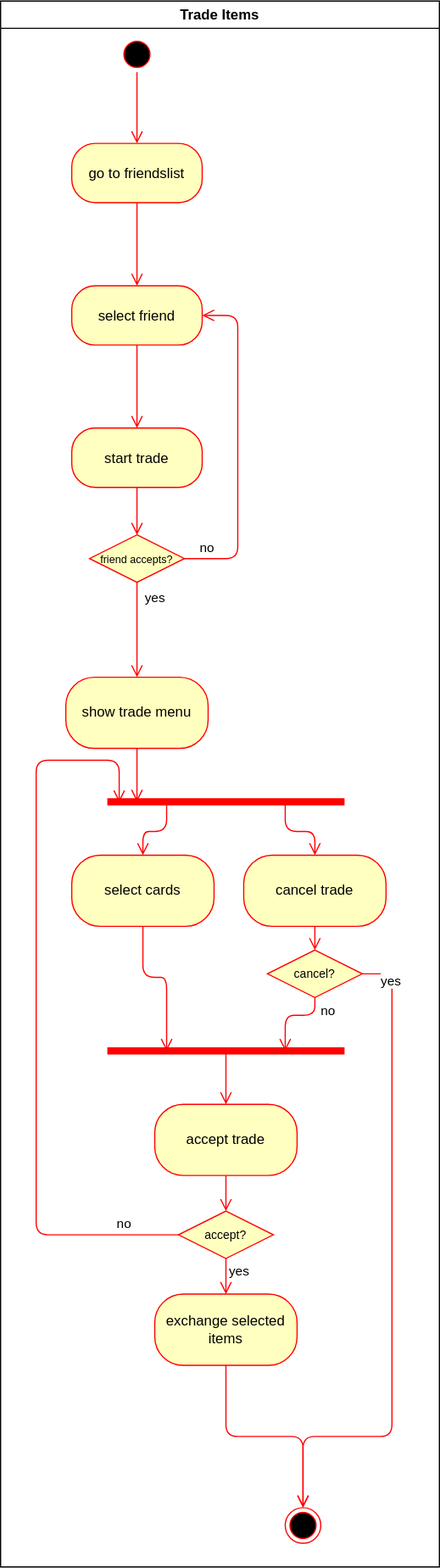
Before: diagrams/activity_trade_items.drawio.svg, a diagram exported from draw.io (i3ene/decksterous). Source tidied: cells renumbered, new cells last; positions are measured from the earlier drawing's top-left corner, leaving out a move shared by most shapes.
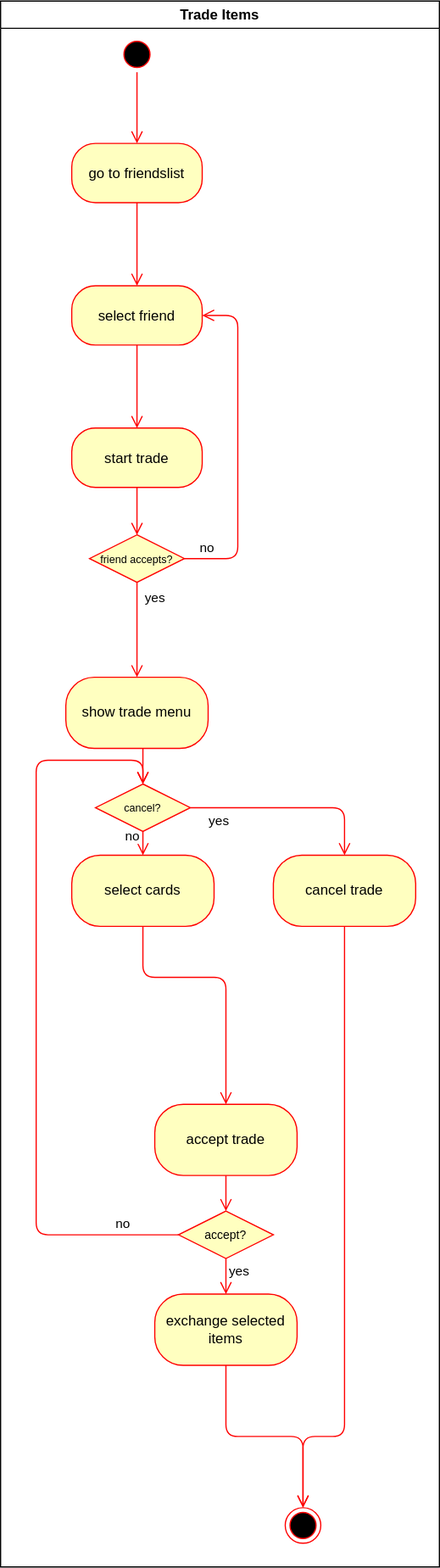
Later version of the same file.

Commit message:
adjusted bars

Diff of the diagram source:
```diff
@@ -57,44 +57,25 @@
     <mxCell id="17" value="show trade menu" style="whiteSpace=wrap;html=1;fillColor=#ffffc0;strokeColor=#ff0000;fontColor=#000000;rounded=1;arcSize=40;" parent="2" vertex="1">
       <mxGeometry x="55" y="570" width="120" height="60" as="geometry" />
     </mxCell>
-    <mxCell id="18" style="shape=line;html=1;strokeWidth=6;strokeColor=#ff0000;" parent="2" vertex="1">
-      <mxGeometry x="90" y="670" width="200" height="10" as="geometry" />
-    </mxCell>
-    <mxCell id="19" style="edgeStyle=none;html=1;endArrow=open;align=left;verticalAlign=top;strokeColor=#ff0000;endSize=8;exitX=0.5;exitY=1;exitDx=0;exitDy=0;entryX=0.125;entryY=0.5;entryDx=0;entryDy=0;entryPerimeter=0;" parent="2" edge="1" source="17" target="18">
-      <mxGeometry relative="1" as="geometry" />
+    <mxCell id="19" style="edgeStyle=none;html=1;endArrow=open;align=left;verticalAlign=top;strokeColor=#ff0000;endSize=8;entryX=0.5;entryY=0;entryDx=0;entryDy=0;" parent="2" edge="1" target="23">
+      <mxGeometry relative="1" as="geometry">
+        <mxPoint x="120" y="630" as="sourcePoint" />
+      </mxGeometry>
     </mxCell>
     <mxCell id="20" value="select cards" style="whiteSpace=wrap;html=1;fillColor=#ffffc0;strokeColor=#ff0000;fontColor=#000000;rounded=1;arcSize=40;" parent="2" vertex="1">
       <mxGeometry x="60" y="720" width="120" height="60" as="geometry" />
     </mxCell>
     <mxCell id="21" value="cancel trade" style="whiteSpace=wrap;html=1;fillColor=#ffffc0;strokeColor=#ff0000;fontColor=#000000;rounded=1;arcSize=40;" parent="2" vertex="1">
-      <mxGeometry x="205" y="720" width="120" height="60" as="geometry" />
+      <mxGeometry x="230" y="720" width="120" height="60" as="geometry" />
     </mxCell>
-    <mxCell id="22" style="shape=line;html=1;strokeWidth=6;strokeColor=#ff0000;" parent="2" vertex="1">
-      <mxGeometry x="90" y="880" width="200" height="10" as="geometry" />
-    </mxCell>
-    <mxCell id="23" value="&lt;span style=&quot;font-size: 10px&quot;&gt;cancel?&lt;/span&gt;" style="rhombus;whiteSpace=wrap;html=1;fillColor=#ffffc0;strokeColor=#ff0000;" parent="2" vertex="1">
-      <mxGeometry x="225" y="800" width="80" height="40" as="geometry" />
-    </mxCell>
-    <mxCell id="24" style="edgeStyle=none;html=1;endArrow=open;align=left;verticalAlign=top;strokeColor=#ff0000;endSize=8;exitX=0.5;exitY=1;exitDx=0;exitDy=0;" parent="2" edge="1" source="21" target="23">
-      <mxGeometry relative="1" as="geometry" />
-    </mxCell>
-    <mxCell id="25" style="edgeStyle=orthogonalEdgeStyle;html=1;verticalAlign=bottom;endArrow=open;endSize=8;strokeColor=#ff0000;exitX=1;exitY=0.5;exitDx=0;exitDy=0;entryX=0.5;entryY=0;entryDx=0;entryDy=0;" parent="2" edge="1" source="23" target="8">
+    <mxCell id="25" style="edgeStyle=orthogonalEdgeStyle;html=1;verticalAlign=bottom;endArrow=open;endSize=8;strokeColor=#ff0000;exitX=0.5;exitY=1;exitDx=0;exitDy=0;entryX=0.5;entryY=0;entryDx=0;entryDy=0;" parent="2" edge="1" source="21" target="8">
       <mxGeometry relative="1" as="geometry">
         <Array as="points">
-          <mxPoint x="330" y="820" />
-          <mxPoint x="330" y="1210" />
+          <mxPoint x="290" y="1210" />
           <mxPoint x="255" y="1210" />
         </Array>
       </mxGeometry>
     </mxCell>
-    <mxCell id="26" value="yes" style="edgeLabel;html=1;align=center;verticalAlign=middle;" parent="25" vertex="1">
-      <mxGeometry x="-0.86" relative="1" as="geometry">
-        <mxPoint x="-2" y="-10" as="offset" />
-      </mxGeometry>
-    </mxCell>
-    <mxCell id="27" style="edgeStyle=none;html=1;endArrow=open;align=left;verticalAlign=top;strokeColor=#ff0000;endSize=8;exitX=0.5;exitY=0.48;exitDx=0;exitDy=0;entryX=0.5;entryY=0;entryDx=0;entryDy=0;exitPerimeter=0;" parent="2" edge="1" source="22" target="28">
-      <mxGeometry relative="1" as="geometry" />
-    </mxCell>
     <mxCell id="28" value="accept trade" style="whiteSpace=wrap;html=1;fillColor=#ffffc0;strokeColor=#ff0000;fontColor=#000000;rounded=1;arcSize=40;" parent="2" vertex="1">
       <mxGeometry x="130" y="930" width="120" height="60" as="geometry" />
     </mxCell>
@@ -104,12 +85,12 @@
     <mxCell id="30" style="edgeStyle=none;html=1;endArrow=open;align=left;verticalAlign=top;strokeColor=#ff0000;endSize=8;exitX=0.5;exitY=1;exitDx=0;exitDy=0;entryX=0.5;entryY=0;entryDx=0;entryDy=0;" parent="2" edge="1" source="28" target="29">
       <mxGeometry relative="1" as="geometry" />
     </mxCell>
-    <mxCell id="31" style="edgeStyle=orthogonalEdgeStyle;html=1;verticalAlign=bottom;endArrow=open;endSize=8;strokeColor=#ff0000;exitX=0;exitY=0.5;exitDx=0;exitDy=0;entryX=0.05;entryY=0.555;entryDx=0;entryDy=0;entryPerimeter=0;" parent="2" edge="1" source="29" target="18">
+    <mxCell id="31" style="edgeStyle=orthogonalEdgeStyle;html=1;verticalAlign=bottom;endArrow=open;endSize=8;strokeColor=#ff0000;exitX=0;exitY=0.5;exitDx=0;exitDy=0;entryX=0.5;entryY=0;entryDx=0;entryDy=0;" parent="2" edge="1" source="29" target="23">
       <mxGeometry relative="1" as="geometry">
         <Array as="points">
           <mxPoint x="30" y="1040" />
           <mxPoint x="30" y="640" />
-          <mxPoint x="100" y="640" />
+          <mxPoint x="120" y="640" />
         </Array>
       </mxGeometry>
     </mxCell>
@@ -129,42 +110,36 @@
         <mxPoint x="10" y="3" as="offset" />
       </mxGeometry>
     </mxCell>
-    <mxCell id="36" style="edgeStyle=orthogonalEdgeStyle;html=1;verticalAlign=bottom;endArrow=open;endSize=8;strokeColor=#ff0000;exitX=0.25;exitY=0.5;exitDx=0;exitDy=0;entryX=0.5;entryY=0;entryDx=0;entryDy=0;exitPerimeter=0;" parent="2" edge="1" source="18" target="20">
-      <mxGeometry relative="1" as="geometry">
-        <Array as="points">
-          <mxPoint x="140" y="700" />
-          <mxPoint x="120" y="700" />
-        </Array>
-      </mxGeometry>
+    <mxCell id="36" style="edgeStyle=orthogonalEdgeStyle;html=1;verticalAlign=bottom;endArrow=open;endSize=8;strokeColor=#ff0000;entryX=0.5;entryY=0;entryDx=0;entryDy=0;" parent="2" edge="1" source="23" target="20">
+      <mxGeometry relative="1" as="geometry" />
     </mxCell>
+    <mxCell id="40" value="no" style="edgeLabel;html=1;align=center;verticalAlign=middle;" parent="36" vertex="1">
+      <mxGeometry x="-0.73" relative="1" as="geometry">
+        <mxPoint x="-10" as="offset" />
+      </mxGeometry>
+    </mxCell>
-    <mxCell id="37" style="edgeStyle=orthogonalEdgeStyle;html=1;verticalAlign=bottom;endArrow=open;endSize=8;strokeColor=#ff0000;exitX=0.75;exitY=0.5;exitDx=0;exitDy=0;entryX=0.5;entryY=0;entryDx=0;entryDy=0;exitPerimeter=0;" parent="2" edge="1" source="18" target="21">
+    <mxCell id="37" style="edgeStyle=orthogonalEdgeStyle;html=1;verticalAlign=bottom;endArrow=open;endSize=8;strokeColor=#ff0000;exitX=1;exitY=0.5;exitDx=0;exitDy=0;entryX=0.5;entryY=0;entryDx=0;entryDy=0;" parent="2" edge="1" source="23" target="21">
       <mxGeometry relative="1" as="geometry">
         <Array as="points">
-          <mxPoint x="240" y="700" />
-          <mxPoint x="265" y="700" />
+          <mxPoint x="290" y="680" />
         </Array>
       </mxGeometry>
     </mxCell>
+    <mxCell id="26" value="yes" style="edgeLabel;html=1;align=center;verticalAlign=middle;" parent="37" vertex="1">
+      <mxGeometry x="0.08" y="-1" relative="1" as="geometry">
+        <mxPoint x="-68" y="9" as="offset" />
+      </mxGeometry>
+    </mxCell>
-    <mxCell id="38" style="edgeStyle=orthogonalEdgeStyle;html=1;verticalAlign=bottom;endArrow=open;endSize=8;strokeColor=#ff0000;exitX=0.5;exitY=1;exitDx=0;exitDy=0;entryX=0.25;entryY=0.5;entryDx=0;entryDy=0;entryPerimeter=0;" parent="2" edge="1" source="20" target="22">
+    <mxCell id="38" style="edgeStyle=orthogonalEdgeStyle;html=1;verticalAlign=bottom;endArrow=open;endSize=8;strokeColor=#ff0000;exitX=0.5;exitY=1;exitDx=0;exitDy=0;entryX=0.5;entryY=0;entryDx=0;entryDy=0;" parent="2" edge="1" source="20" target="28">
       <mxGeometry relative="1" as="geometry">
         <Array as="points">
           <mxPoint x="120" y="823" />
-          <mxPoint x="140" y="823" />
+          <mxPoint x="190" y="823" />
         </Array>
       </mxGeometry>
     </mxCell>
-    <mxCell id="39" style="edgeStyle=orthogonalEdgeStyle;html=1;verticalAlign=bottom;endArrow=open;endSize=8;strokeColor=#ff0000;exitX=0.5;exitY=1;exitDx=0;exitDy=0;entryX=0.75;entryY=0.5;entryDx=0;entryDy=0;entryPerimeter=0;" parent="2" edge="1" source="23" target="22">
-      <mxGeometry relative="1" as="geometry">
-        <Array as="points">
-          <mxPoint x="265" y="855" />
-          <mxPoint x="240" y="855" />
-        </Array>
-      </mxGeometry>
-    </mxCell>
-    <mxCell id="40" value="no" style="edgeLabel;html=1;align=center;verticalAlign=middle;" parent="39" vertex="1">
-      <mxGeometry x="-0.65" y="-2" relative="1" as="geometry">
-        <mxPoint x="12" y="-2" as="offset" />
-      </mxGeometry>
-    </mxCell>
+    <mxCell id="23" value="&lt;font style=&quot;font-size: 9px&quot;&gt;cancel?&lt;/font&gt;" style="rhombus;whiteSpace=wrap;html=1;fillColor=#ffffc0;strokeColor=#ff0000;" parent="2" vertex="1">
+      <mxGeometry x="80" y="660" width="80" height="40" as="geometry" />
+    </mxCell>
   </root>
 </mxGraphModel>
```
